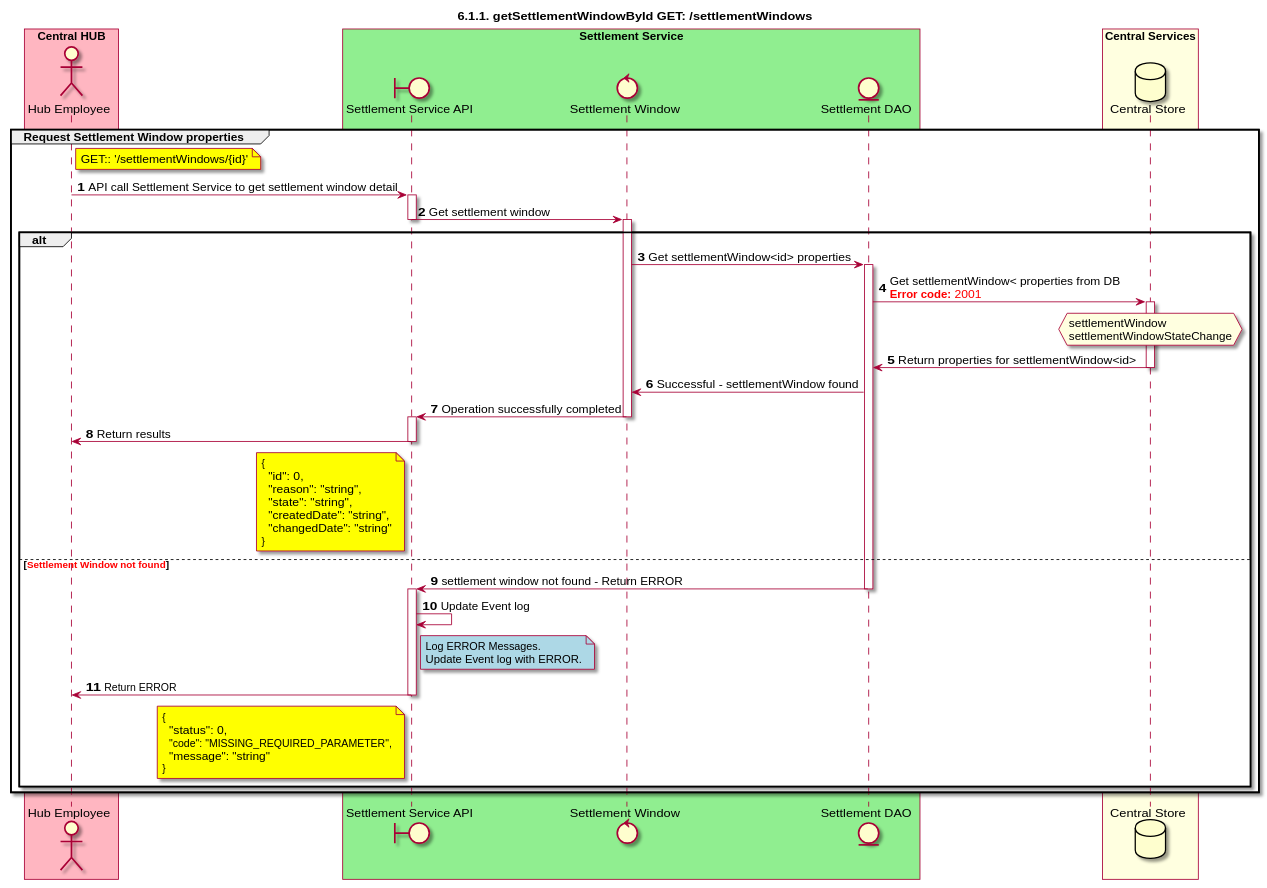
The PlantUML diagram CentralServices/seq_diagrams/seq-settleWindow-6.1.1.svg in HenkKodde/docs, before a commit.
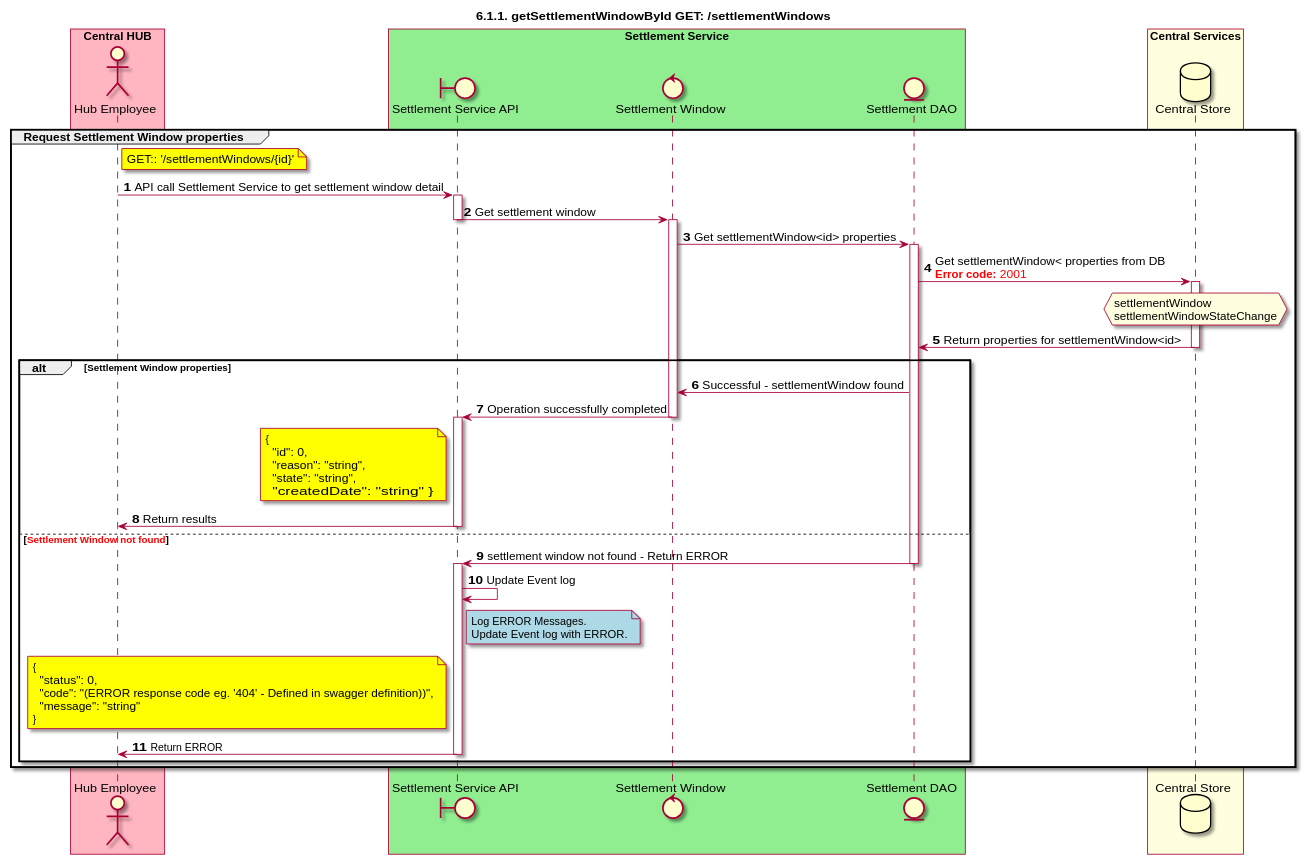
After the commit.

Change to the diagram source:
```diff
@@ -2,7 +2,6 @@
 title 6.1.1. getSettlementWindowById GET: /settlementWindows
 
 autonumber
-
 
 
 actor "Hub Employee" as OPERATOR
@@ -37,7 +36,6 @@
     SSAPI -> SETTLEWINDOW: Get settlement window
     deactivate SSAPI
     activate SETTLEWINDOW
-    alt
         SETTLEWINDOW -> SETTLE_DAO: Get settlementWindow<id> properties
         activate SETTLE_DAO
                 SETTLE_DAO -> DB: Get settlementWindow< properties from DB \n<color #FF0000><b>Error code:</b> 2001</color>
@@ -48,20 +46,19 @@
                 end hnote
                 SETTLE_DAO <- DB: Return properties for settlementWindow<id>
             deactivate DB
+    alt Settlement Window properties
         SETTLEWINDOW <- SETTLE_DAO: Successful - settlementWindow found
         SSAPI <- SETTLEWINDOW: Operation successfully completed
         deactivate SETTLEWINDOW
         activate SSAPI
-        OPERATOR <- SSAPI: Return results
         note left of SSAPI #Yellow
             {
               "id": 0,
               "reason": "string",
               "state": "string",
-              "createdDate": "string",
-              "changedDate": "string"
-            }
+              "createdDate": "string"            }
         end note
+        OPERATOR <- SSAPI: Return results
         deactivate SSAPI
     else <color #FF0000><b>Settlement Window not found</b></color>
         SETTLE_DAO -> SSAPI: settlement window not found - Return ERROR
@@ -72,15 +69,15 @@
             Log ERROR Messages.
             Update Event log with ERROR.
         end note
-        OPERATOR <- SSAPI: Return ERROR
-        deactivate SSAPI
         note left of SSAPI #Yellow
             {
               "status": 0,
-              "code": "MISSING_REQUIRED_PARAMETER",
+              "code": "(ERROR response code eg. '404' - Defined in swagger definition))",
               "message": "string"
             }
         end note
+        OPERATOR <- SSAPI: Return ERROR
+        deactivate SSAPI
     end
 end
 @enduml
```
